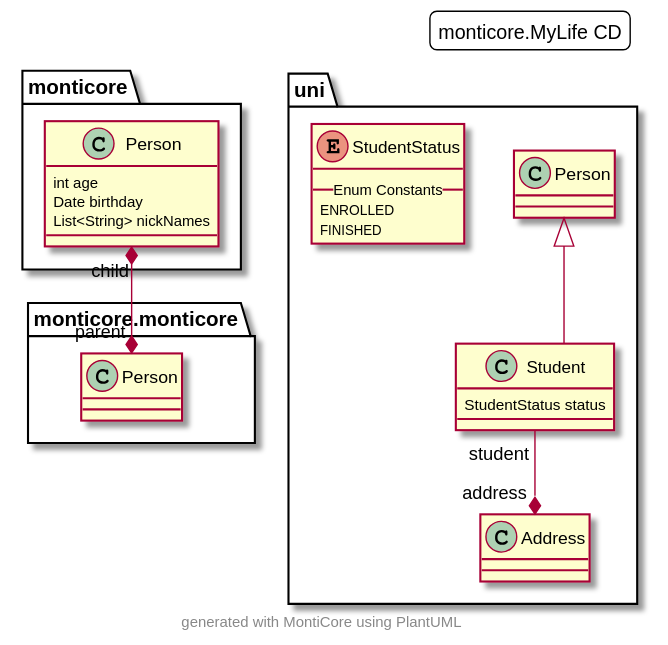
Before: doc/MyLife.svg, a diagram exported from PlantUML (MontiCore/cd4analysis).
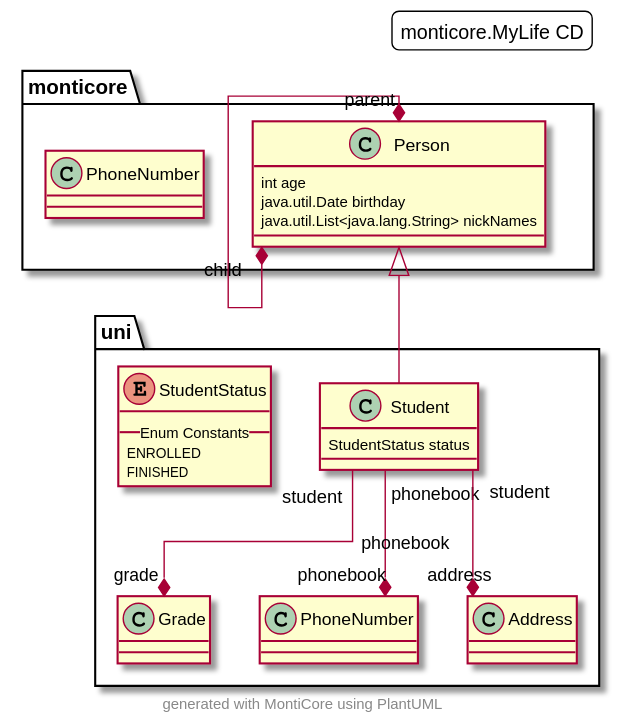
After the change.

Diff of the diagram source:
```diff
@@ -11,15 +11,17 @@
   namespace monticore {
     class Person {
       {field} int age
-      {field} Date birthday
-      {field} List<String> nickNames
+      {field} java.util.Date birthday
+      {field} java.util.List<java.lang.String> nickNames
     }
+    class PhoneNumber
   }
 
   namespace uni {
-    class Student extends uni.Person {
+    class Student extends monticore.Person {
       {field} StudentStatus status
     }
+    class Grade
     enum StudentStatus {
       __ Enum Constants __
       ENROLLED
@@ -27,7 +29,9 @@
     }
   }
 
-  monticore.Person "parent" *--* "child" monticore.monticore.Person
+  uni.Student "phonebook" --* "phonebook" uni.PhoneNumber : phonebook
+  uni.Student "student" --* "grade" uni.Grade
   uni.Student "student" --* "address" uni.Address
+  monticore.Person "parent" *--* "child" monticore.Person
   center footer generated with MontiCore using PlantUML
 @enduml
```
